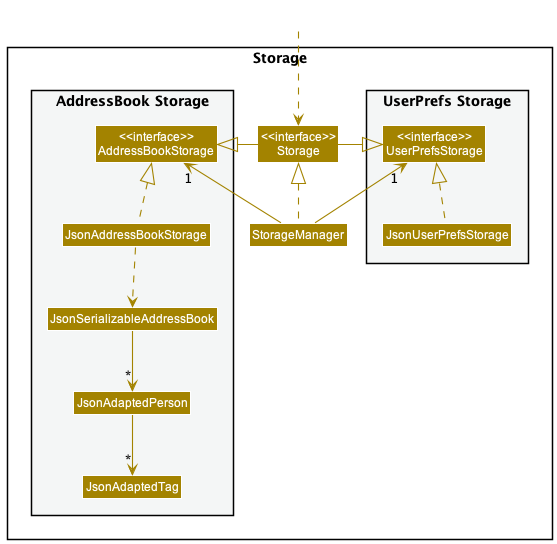
Above: docs/images/StorageClassDiagram.png in nus-cs2103-AY2223S2/tp (PlantUML), before the change.
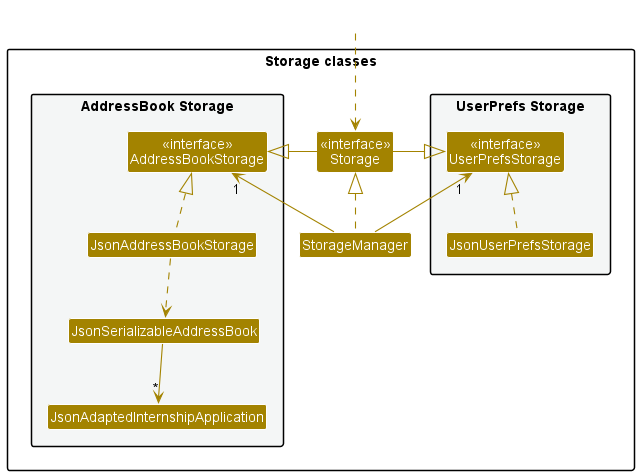
After the change.

Diff of the diagram source:
```diff
@@ -4,7 +4,7 @@
 skinparam arrowColor STORAGE_COLOR
 skinparam classBackgroundColor STORAGE_COLOR
 
-package Storage{
+package "Storage classes" {
 
 package "UserPrefs Storage" #F4F6F6{
 Class "<<interface>>\nUserPrefsStorage" as UserPrefsStorage
@@ -18,8 +18,7 @@
 Class "<<interface>>\nAddressBookStorage" as AddressBookStorage
 Class JsonAddressBookStorage
 Class JsonSerializableAddressBook
-Class JsonAdaptedPerson
-Class JsonAdaptedTag
+Class JsonAdaptedInternshipApplication
 }
 
 }
@@ -37,7 +36,6 @@
 JsonUserPrefsStorage .up.|> UserPrefsStorage
 JsonAddressBookStorage .up.|> AddressBookStorage
 JsonAddressBookStorage ..> JsonSerializableAddressBook
-JsonSerializableAddressBook --> "*" JsonAdaptedPerson
-JsonAdaptedPerson --> "*" JsonAdaptedTag
+JsonSerializableAddressBook --> "*" JsonAdaptedInternshipApplication
 
 @enduml
```
